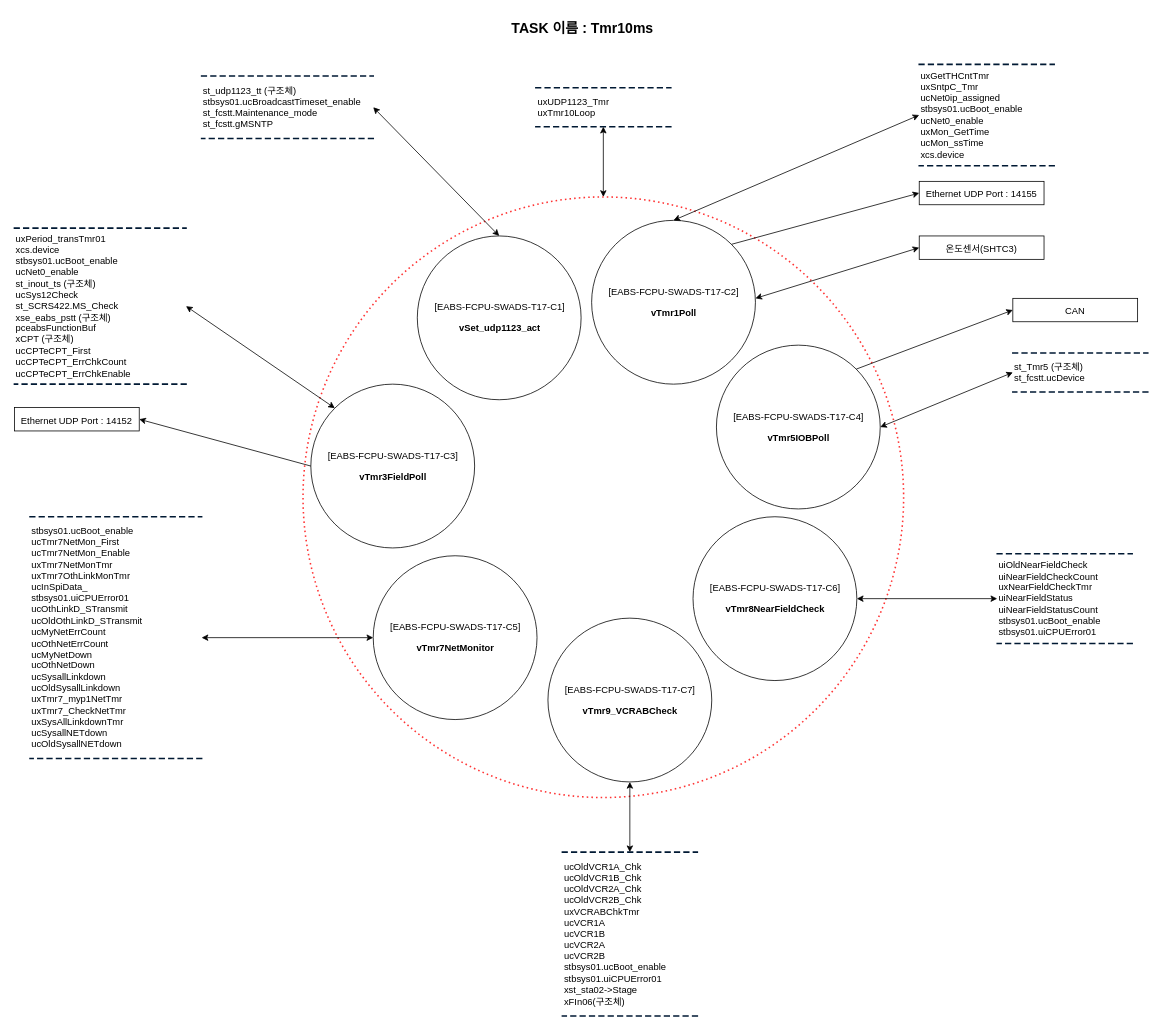
Above: page "EABS-FCPU-SWF16" (7 of 7) of EABS/Document_Pack/Design/F-CPU/eabs_f_cpu_data_flow_diagram_02.drawio.xml in chillin2/MyDraw.io (draw.io), before the change. Source tidied: cells renumbered, new cells numbered last; positions are measured from the earlier drawing's top-left corner, leaving out a move shared by most shapes. Both pictures are drawn from the tidied source at 78%, with x=0, y=0 at pixel (14, 17).
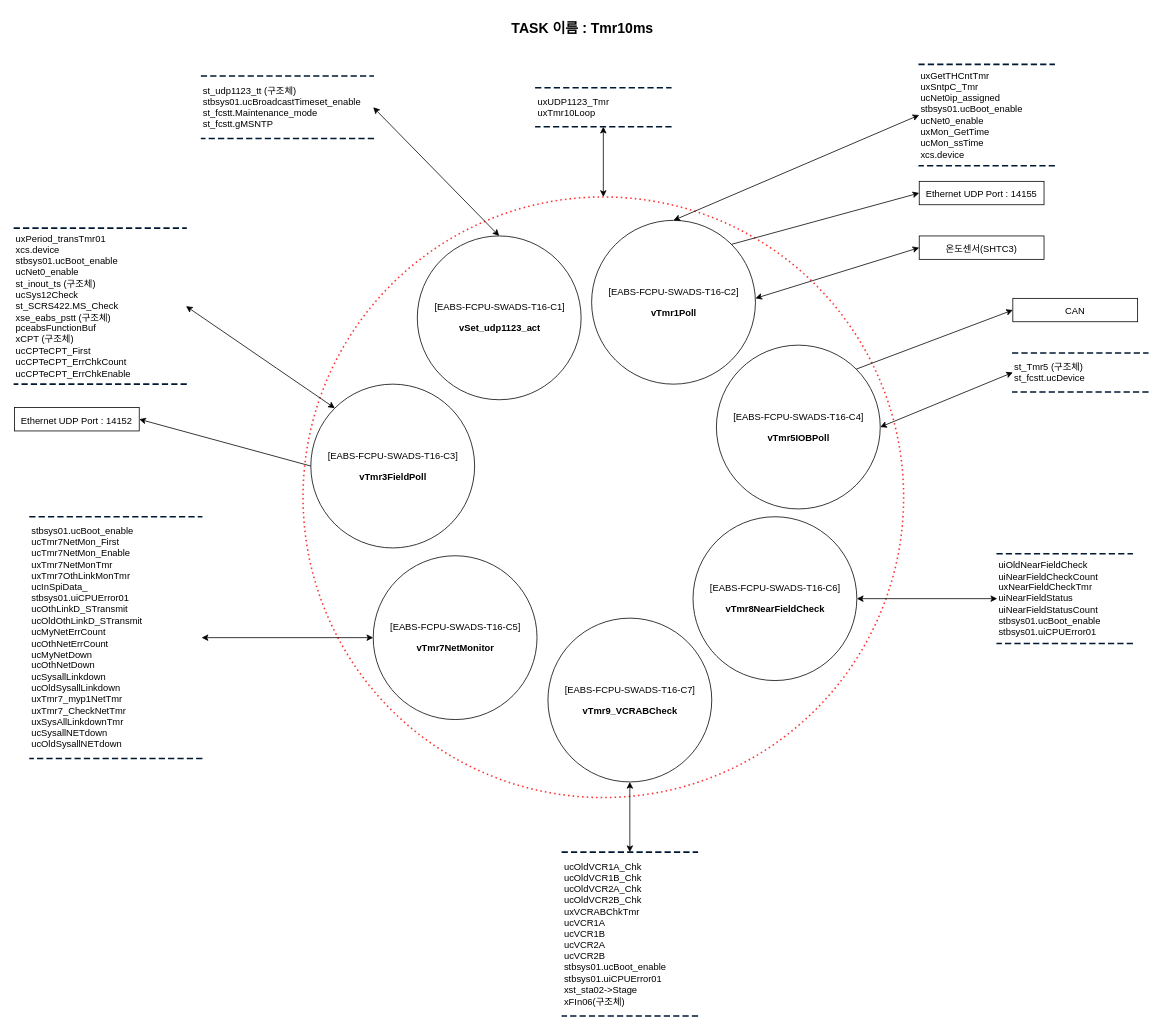
Above is the later version.

Change to the diagram source:
```diff
@@
-    <mxCell id="3" value="&lt;p style=&quot;line-height:120%;mso-pagination:none;text-autospace:none;mso-padding-alt:0pt 0pt 0pt 0pt;&quot; class=&quot;0&quot;&gt;&lt;span style=&quot;mso-fareast-font-family:맑은 고딕;mso-font-width:100%;letter-spacing:0pt;mso-text-raise:0pt;&quot; lang=&quot;EN-US&quot;&gt;[EABS-FCPU-&lt;/span&gt;&lt;span style=&quot;letter-spacing: 0pt; background-color: initial;&quot;&gt;SWADS-T17-C1]&lt;/span&gt;&lt;/p&gt;&lt;p style=&quot;line-height:120%;mso-pagination:none;text-autospace:none;mso-padding-alt:0pt 0pt 0pt 0pt;&quot; class=&quot;0&quot;&gt;&lt;span style=&quot;background-color: initial;&quot;&gt;&lt;b&gt;vSet_udp1123_act&lt;/b&gt;&lt;br&gt;&lt;/span&gt;&lt;/p&gt;&lt;div class=&quot;hwp_editor_board_content&quot; id=&quot;hwpEditorBoardContent&quot;&gt;&lt;/div&gt;" style="shape=ellipse;html=1;dashed=0;whitespace=wrap;perimeter=ellipsePerimeter;" parent="1" vertex="1">
+    <mxCell id="3" value="&lt;p style=&quot;line-height:120%;mso-pagination:none;text-autospace:none;mso-padding-alt:0pt 0pt 0pt 0pt;&quot; class=&quot;0&quot;&gt;&lt;span style=&quot;mso-fareast-font-family:맑은 고딕;mso-font-width:100%;letter-spacing:0pt;mso-text-raise:0pt;&quot; lang=&quot;EN-US&quot;&gt;[EABS-FCPU-&lt;/span&gt;&lt;span style=&quot;letter-spacing: 0pt; background-color: initial;&quot;&gt;SWADS-T16-C1]&lt;/span&gt;&lt;/p&gt;&lt;p style=&quot;line-height:120%;mso-pagination:none;text-autospace:none;mso-padding-alt:0pt 0pt 0pt 0pt;&quot; class=&quot;0&quot;&gt;&lt;span style=&quot;background-color: initial;&quot;&gt;&lt;b&gt;vSet_udp1123_act&lt;/b&gt;&lt;br&gt;&lt;/span&gt;&lt;/p&gt;&lt;div class=&quot;hwp_editor_board_content&quot; id=&quot;hwpEditorBoardContent&quot;&gt;&lt;/div&gt;" style="shape=ellipse;html=1;dashed=0;whitespace=wrap;perimeter=ellipsePerimeter;" parent="1" vertex="1">
       <mxGeometry x="516.5" y="280" width="210" height="210" as="geometry" />
     </mxCell>
@@
-    <mxCell id="5" value="&lt;p style=&quot;line-height:120%;mso-pagination:none;text-autospace:none;mso-padding-alt:0pt 0pt 0pt 0pt;&quot; class=&quot;0&quot;&gt;&lt;span style=&quot;mso-fareast-font-family:맑은 고딕;mso-font-width:100%;letter-spacing:0pt;mso-text-raise:0pt;&quot; lang=&quot;EN-US&quot;&gt;[EABS-FCPU-&lt;/span&gt;&lt;span style=&quot;letter-spacing: 0pt; background-color: initial;&quot;&gt;SWADS-T17-C2]&lt;/span&gt;&lt;/p&gt;&lt;p style=&quot;line-height:120%;mso-pagination:none;text-autospace:none;mso-padding-alt:0pt 0pt 0pt 0pt;&quot; class=&quot;0&quot;&gt;&lt;span style=&quot;background-color: initial;&quot;&gt;&lt;b&gt;vTmr1Poll&lt;/b&gt;&lt;br&gt;&lt;/span&gt;&lt;/p&gt;&lt;div class=&quot;hwp_editor_board_content&quot; id=&quot;hwpEditorBoardContent&quot;&gt;&lt;/div&gt;" style="shape=ellipse;html=1;dashed=0;whitespace=wrap;perimeter=ellipsePerimeter;" parent="1" vertex="1">
+    <mxCell id="5" value="&lt;p style=&quot;line-height:120%;mso-pagination:none;text-autospace:none;mso-padding-alt:0pt 0pt 0pt 0pt;&quot; class=&quot;0&quot;&gt;&lt;span style=&quot;mso-fareast-font-family:맑은 고딕;mso-font-width:100%;letter-spacing:0pt;mso-text-raise:0pt;&quot; lang=&quot;EN-US&quot;&gt;[EABS-FCPU-&lt;/span&gt;&lt;span style=&quot;letter-spacing: 0pt; background-color: initial;&quot;&gt;SWADS-T16-C2]&lt;/span&gt;&lt;/p&gt;&lt;p style=&quot;line-height:120%;mso-pagination:none;text-autospace:none;mso-padding-alt:0pt 0pt 0pt 0pt;&quot; class=&quot;0&quot;&gt;&lt;span style=&quot;background-color: initial;&quot;&gt;&lt;b&gt;vTmr1Poll&lt;/b&gt;&lt;br&gt;&lt;/span&gt;&lt;/p&gt;&lt;div class=&quot;hwp_editor_board_content&quot; id=&quot;hwpEditorBoardContent&quot;&gt;&lt;/div&gt;" style="shape=ellipse;html=1;dashed=0;whitespace=wrap;perimeter=ellipsePerimeter;" parent="1" vertex="1">
       <mxGeometry x="740" y="260" width="210" height="210" as="geometry" />
     </mxCell>
-    <mxCell id="6" value="&lt;p style=&quot;line-height:120%;mso-pagination:none;text-autospace:none;mso-padding-alt:0pt 0pt 0pt 0pt;&quot; class=&quot;0&quot;&gt;&lt;span style=&quot;mso-fareast-font-family:맑은 고딕;mso-font-width:100%;letter-spacing:0pt;mso-text-raise:0pt;&quot; lang=&quot;EN-US&quot;&gt;[EABS-FCPU-&lt;/span&gt;&lt;span style=&quot;letter-spacing: 0pt; background-color: initial;&quot;&gt;SWADS-T17-C3]&lt;/span&gt;&lt;/p&gt;&lt;p style=&quot;line-height:120%;mso-pagination:none;text-autospace:none;mso-padding-alt:0pt 0pt 0pt 0pt;&quot; class=&quot;0&quot;&gt;&lt;span style=&quot;background-color: initial;&quot;&gt;&lt;b&gt;vTmr3FieldPoll&lt;/b&gt;&lt;br&gt;&lt;/span&gt;&lt;/p&gt;&lt;div class=&quot;hwp_editor_board_content&quot; id=&quot;hwpEditorBoardContent&quot;&gt;&lt;/div&gt;" style="shape=ellipse;html=1;dashed=0;whitespace=wrap;perimeter=ellipsePerimeter;" parent="1" vertex="1">
+    <mxCell id="6" value="&lt;p style=&quot;line-height:120%;mso-pagination:none;text-autospace:none;mso-padding-alt:0pt 0pt 0pt 0pt;&quot; class=&quot;0&quot;&gt;&lt;span style=&quot;mso-fareast-font-family:맑은 고딕;mso-font-width:100%;letter-spacing:0pt;mso-text-raise:0pt;&quot; lang=&quot;EN-US&quot;&gt;[EABS-FCPU-&lt;/span&gt;&lt;span style=&quot;letter-spacing: 0pt; background-color: initial;&quot;&gt;SWADS-T16-C3]&lt;/span&gt;&lt;/p&gt;&lt;p style=&quot;line-height:120%;mso-pagination:none;text-autospace:none;mso-padding-alt:0pt 0pt 0pt 0pt;&quot; class=&quot;0&quot;&gt;&lt;span style=&quot;background-color: initial;&quot;&gt;&lt;b&gt;vTmr3FieldPoll&lt;/b&gt;&lt;br&gt;&lt;/span&gt;&lt;/p&gt;&lt;div class=&quot;hwp_editor_board_content&quot; id=&quot;hwpEditorBoardContent&quot;&gt;&lt;/div&gt;" style="shape=ellipse;html=1;dashed=0;whitespace=wrap;perimeter=ellipsePerimeter;" parent="1" vertex="1">
       <mxGeometry x="380" y="470" width="210" height="210" as="geometry" />
     </mxCell>
-    <mxCell id="7" value="&lt;p style=&quot;line-height:120%;mso-pagination:none;text-autospace:none;mso-padding-alt:0pt 0pt 0pt 0pt;&quot; class=&quot;0&quot;&gt;&lt;span style=&quot;mso-fareast-font-family:맑은 고딕;mso-font-width:100%;letter-spacing:0pt;mso-text-raise:0pt;&quot; lang=&quot;EN-US&quot;&gt;[EABS-FCPU-&lt;/span&gt;&lt;span style=&quot;letter-spacing: 0pt; background-color: initial;&quot;&gt;SWADS-T17-C4]&lt;/span&gt;&lt;/p&gt;&lt;p style=&quot;line-height:120%;mso-pagination:none;text-autospace:none;mso-padding-alt:0pt 0pt 0pt 0pt;&quot; class=&quot;0&quot;&gt;&lt;span style=&quot;background-color: initial;&quot;&gt;&lt;b&gt;vTmr5IOBPoll&lt;/b&gt;&lt;br&gt;&lt;/span&gt;&lt;/p&gt;&lt;div class=&quot;hwp_editor_board_content&quot; id=&quot;hwpEditorBoardContent&quot;&gt;&lt;/div&gt;" style="shape=ellipse;html=1;dashed=0;whitespace=wrap;perimeter=ellipsePerimeter;" parent="1" vertex="1">
+    <mxCell id="7" value="&lt;p style=&quot;line-height:120%;mso-pagination:none;text-autospace:none;mso-padding-alt:0pt 0pt 0pt 0pt;&quot; class=&quot;0&quot;&gt;&lt;span style=&quot;mso-fareast-font-family:맑은 고딕;mso-font-width:100%;letter-spacing:0pt;mso-text-raise:0pt;&quot; lang=&quot;EN-US&quot;&gt;[EABS-FCPU-&lt;/span&gt;&lt;span style=&quot;letter-spacing: 0pt; background-color: initial;&quot;&gt;SWADS-T16-C4]&lt;/span&gt;&lt;/p&gt;&lt;p style=&quot;line-height:120%;mso-pagination:none;text-autospace:none;mso-padding-alt:0pt 0pt 0pt 0pt;&quot; class=&quot;0&quot;&gt;&lt;span style=&quot;background-color: initial;&quot;&gt;&lt;b&gt;vTmr5IOBPoll&lt;/b&gt;&lt;br&gt;&lt;/span&gt;&lt;/p&gt;&lt;div class=&quot;hwp_editor_board_content&quot; id=&quot;hwpEditorBoardContent&quot;&gt;&lt;/div&gt;" style="shape=ellipse;html=1;dashed=0;whitespace=wrap;perimeter=ellipsePerimeter;" parent="1" vertex="1">
       <mxGeometry x="900" y="420" width="210" height="210" as="geometry" />
     </mxCell>
-    <mxCell id="8" value="&lt;p style=&quot;line-height:120%;mso-pagination:none;text-autospace:none;mso-padding-alt:0pt 0pt 0pt 0pt;&quot; class=&quot;0&quot;&gt;&lt;span style=&quot;mso-fareast-font-family:맑은 고딕;mso-font-width:100%;letter-spacing:0pt;mso-text-raise:0pt;&quot; lang=&quot;EN-US&quot;&gt;[EABS-FCPU-&lt;/span&gt;&lt;span style=&quot;letter-spacing: 0pt; background-color: initial;&quot;&gt;SWADS-T17-C5]&lt;/span&gt;&lt;/p&gt;&lt;p style=&quot;line-height:120%;mso-pagination:none;text-autospace:none;mso-padding-alt:0pt 0pt 0pt 0pt;&quot; class=&quot;0&quot;&gt;&lt;span style=&quot;background-color: initial;&quot;&gt;&lt;b&gt;vTmr7NetMonitor&lt;/b&gt;&lt;br&gt;&lt;/span&gt;&lt;/p&gt;&lt;div class=&quot;hwp_editor_board_content&quot; id=&quot;hwpEditorBoardContent&quot;&gt;&lt;/div&gt;" style="shape=ellipse;html=1;dashed=0;whitespace=wrap;perimeter=ellipsePerimeter;" parent="1" vertex="1">
+    <mxCell id="8" value="&lt;p style=&quot;line-height:120%;mso-pagination:none;text-autospace:none;mso-padding-alt:0pt 0pt 0pt 0pt;&quot; class=&quot;0&quot;&gt;&lt;span style=&quot;mso-fareast-font-family:맑은 고딕;mso-font-width:100%;letter-spacing:0pt;mso-text-raise:0pt;&quot; lang=&quot;EN-US&quot;&gt;[EABS-FCPU-&lt;/span&gt;&lt;span style=&quot;letter-spacing: 0pt; background-color: initial;&quot;&gt;SWADS-T16-C5]&lt;/span&gt;&lt;/p&gt;&lt;p style=&quot;line-height:120%;mso-pagination:none;text-autospace:none;mso-padding-alt:0pt 0pt 0pt 0pt;&quot; class=&quot;0&quot;&gt;&lt;span style=&quot;background-color: initial;&quot;&gt;&lt;b&gt;vTmr7NetMonitor&lt;/b&gt;&lt;br&gt;&lt;/span&gt;&lt;/p&gt;&lt;div class=&quot;hwp_editor_board_content&quot; id=&quot;hwpEditorBoardContent&quot;&gt;&lt;/div&gt;" style="shape=ellipse;html=1;dashed=0;whitespace=wrap;perimeter=ellipsePerimeter;" parent="1" vertex="1">
       <mxGeometry x="460" y="690" width="210" height="210" as="geometry" />
     </mxCell>
-    <mxCell id="9" value="&lt;p style=&quot;line-height:120%;mso-pagination:none;text-autospace:none;mso-padding-alt:0pt 0pt 0pt 0pt;&quot; class=&quot;0&quot;&gt;&lt;span style=&quot;mso-fareast-font-family:맑은 고딕;mso-font-width:100%;letter-spacing:0pt;mso-text-raise:0pt;&quot; lang=&quot;EN-US&quot;&gt;[EABS-FCPU-&lt;/span&gt;&lt;span style=&quot;letter-spacing: 0pt; background-color: initial;&quot;&gt;SWADS-T17-C6]&lt;/span&gt;&lt;/p&gt;&lt;p style=&quot;line-height:120%;mso-pagination:none;text-autospace:none;mso-padding-alt:0pt 0pt 0pt 0pt;&quot; class=&quot;0&quot;&gt;&lt;span style=&quot;background-color: initial;&quot;&gt;&lt;b&gt;vTmr8NearFieldCheck&lt;/b&gt;&lt;br&gt;&lt;/span&gt;&lt;/p&gt;&lt;div class=&quot;hwp_editor_board_content&quot; id=&quot;hwpEditorBoardContent&quot;&gt;&lt;/div&gt;" style="shape=ellipse;html=1;dashed=0;whitespace=wrap;perimeter=ellipsePerimeter;" parent="1" vertex="1">
+    <mxCell id="9" value="&lt;p style=&quot;line-height:120%;mso-pagination:none;text-autospace:none;mso-padding-alt:0pt 0pt 0pt 0pt;&quot; class=&quot;0&quot;&gt;&lt;span style=&quot;mso-fareast-font-family:맑은 고딕;mso-font-width:100%;letter-spacing:0pt;mso-text-raise:0pt;&quot; lang=&quot;EN-US&quot;&gt;[EABS-FCPU-&lt;/span&gt;&lt;span style=&quot;letter-spacing: 0pt; background-color: initial;&quot;&gt;SWADS-T16-C6]&lt;/span&gt;&lt;/p&gt;&lt;p style=&quot;line-height:120%;mso-pagination:none;text-autospace:none;mso-padding-alt:0pt 0pt 0pt 0pt;&quot; class=&quot;0&quot;&gt;&lt;span style=&quot;background-color: initial;&quot;&gt;&lt;b&gt;vTmr8NearFieldCheck&lt;/b&gt;&lt;br&gt;&lt;/span&gt;&lt;/p&gt;&lt;div class=&quot;hwp_editor_board_content&quot; id=&quot;hwpEditorBoardContent&quot;&gt;&lt;/div&gt;" style="shape=ellipse;html=1;dashed=0;whitespace=wrap;perimeter=ellipsePerimeter;" parent="1" vertex="1">
       <mxGeometry x="870" y="640" width="210" height="210" as="geometry" />
     </mxCell>
-    <mxCell id="10" value="&lt;p style=&quot;line-height:120%;mso-pagination:none;text-autospace:none;mso-padding-alt:0pt 0pt 0pt 0pt;&quot; class=&quot;0&quot;&gt;&lt;span style=&quot;mso-fareast-font-family:맑은 고딕;mso-font-width:100%;letter-spacing:0pt;mso-text-raise:0pt;&quot; lang=&quot;EN-US&quot;&gt;[EABS-FCPU-&lt;/span&gt;&lt;span style=&quot;letter-spacing: 0pt; background-color: initial;&quot;&gt;SWADS-T17-C7]&lt;/span&gt;&lt;/p&gt;&lt;p style=&quot;line-height:120%;mso-pagination:none;text-autospace:none;mso-padding-alt:0pt 0pt 0pt 0pt;&quot; class=&quot;0&quot;&gt;&lt;span style=&quot;background-color: initial;&quot;&gt;&lt;b&gt;vTmr9_VCRABCheck&lt;/b&gt;&lt;br&gt;&lt;/span&gt;&lt;/p&gt;&lt;div class=&quot;hwp_editor_board_content&quot; id=&quot;hwpEditorBoardContent&quot;&gt;&lt;/div&gt;" style="shape=ellipse;html=1;dashed=0;whitespace=wrap;perimeter=ellipsePerimeter;" parent="1" vertex="1">
+    <mxCell id="10" value="&lt;p style=&quot;line-height:120%;mso-pagination:none;text-autospace:none;mso-padding-alt:0pt 0pt 0pt 0pt;&quot; class=&quot;0&quot;&gt;&lt;span style=&quot;mso-fareast-font-family:맑은 고딕;mso-font-width:100%;letter-spacing:0pt;mso-text-raise:0pt;&quot; lang=&quot;EN-US&quot;&gt;[EABS-FCPU-&lt;/span&gt;&lt;span style=&quot;letter-spacing: 0pt; background-color: initial;&quot;&gt;SWADS-T16-C7]&lt;/span&gt;&lt;/p&gt;&lt;p style=&quot;line-height:120%;mso-pagination:none;text-autospace:none;mso-padding-alt:0pt 0pt 0pt 0pt;&quot; class=&quot;0&quot;&gt;&lt;span style=&quot;background-color: initial;&quot;&gt;&lt;b&gt;vTmr9_VCRABCheck&lt;/b&gt;&lt;br&gt;&lt;/span&gt;&lt;/p&gt;&lt;div class=&quot;hwp_editor_board_content&quot; id=&quot;hwpEditorBoardContent&quot;&gt;&lt;/div&gt;" style="shape=ellipse;html=1;dashed=0;whitespace=wrap;perimeter=ellipsePerimeter;" parent="1" vertex="1">
       <mxGeometry x="684" y="770" width="210" height="210" as="geometry" />
     </mxCell>
```
